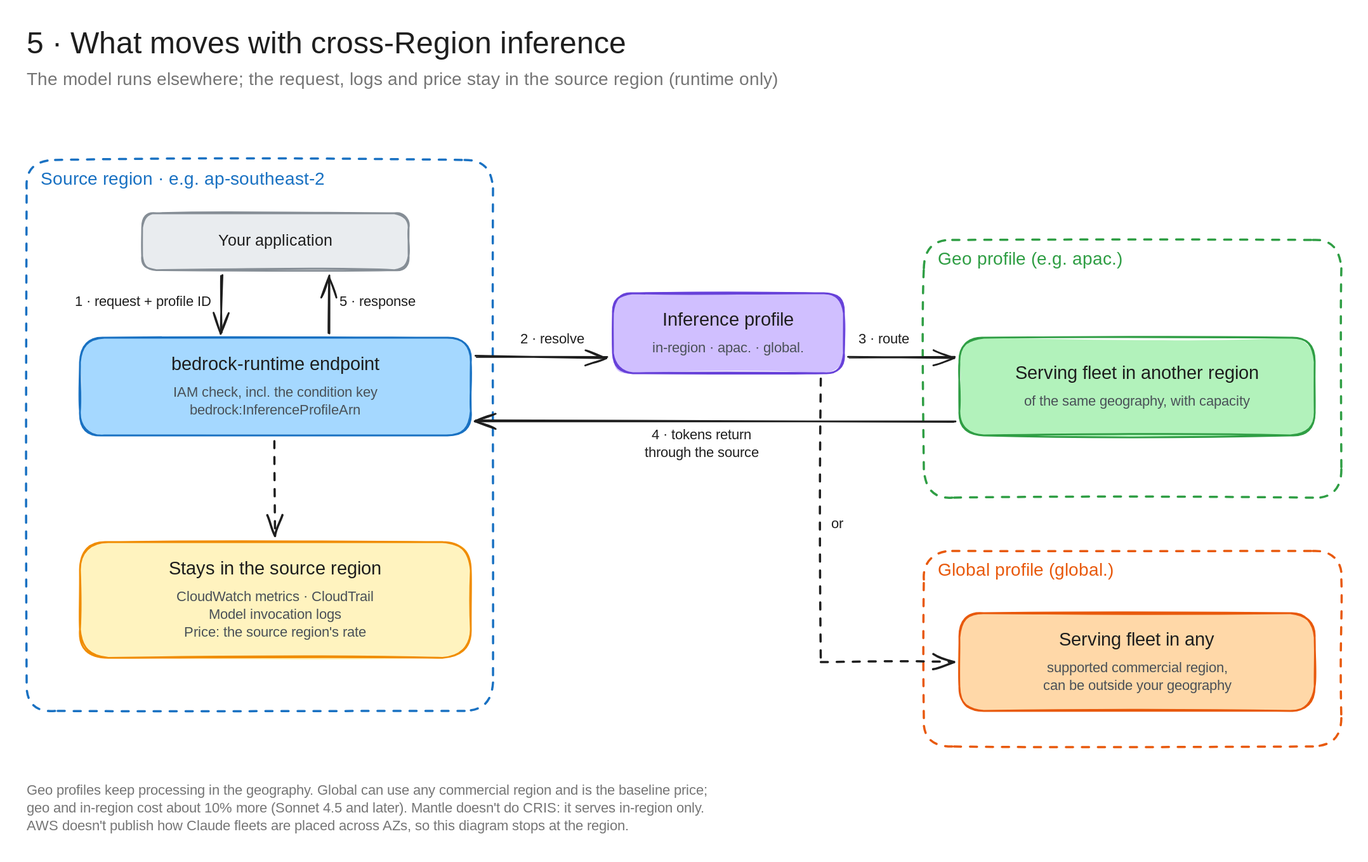
Earlier version of the Excalidraw export architecture-diagrams/claude-on-bedrock-excalidraw/diagrams/5-cris-path.excalidraw.svg (bsnehanshu/slides). Source tidied: one line per element, renumbered; positions are measured from the earlier drawing's top-left corner, leaving out a move shared by most shapes. Its diagram source:
```json
{"id": 0, "type": "text", "text": "5 · What moves with cross-Region inference", "strokeColor": "#1e1e1e", "strokeWidth": 2, "roughness": 1, "fontSize": 34, "fontFamily": 5, "x": 0, "y": 0, "width": 721, "height": 42}
{"id": 1, "type": "text", "text": "The model runs elsewhere; the request, logs and price stay in the source region (runtime only)", "strokeColor": "#757575", "strokeWidth": 2, "roughness": 1, "fontSize": 20, "fontFamily": 5, "x": 0, "y": 48, "width": 918, "height": 25}
{"id": 2, "type": "rectangle", "strokeColor": "#1971c2", "strokeWidth": 2, "strokeStyle": "dashed", "roughness": 1, "round": true, "x": 0, "y": 150, "width": 525, "height": 620}
{"id": 3, "type": "text", "text": "Source region · e.g. ap-southeast-2", "strokeColor": "#1971c2", "strokeWidth": 2, "roughness": 1, "fontSize": 20, "fontFamily": 5, "x": 16, "y": 160, "width": 346, "height": 25}
{"id": 4, "type": "rectangle", "strokeColor": "#868e96", "backgroundColor": "#e9ecef", "fillStyle": "solid", "strokeWidth": 2, "roughness": 1, "round": true, "x": 130, "y": 210, "width": 300, "height": 64}
{"id": 5, "type": "text", "text": "Your application", "strokeColor": "#1e1e1e", "strokeWidth": 2, "roughness": 1, "fontSize": 18, "fontFamily": 5, "textAlign": "center", "verticalAlign": "middle", "inside": 4, "x": 210, "y": 231, "width": 139, "height": 22}
{"id": 6, "type": "rectangle", "strokeColor": "#1971c2", "backgroundColor": "#a5d8ff", "fillStyle": "solid", "strokeWidth": 2, "roughness": 1, "round": true, "x": 60, "y": 350, "width": 440, "height": 110}
{"id": 7, "type": "text", "text": "bedrock-runtime endpoint", "strokeColor": "#1e1e1e", "strokeWidth": 2, "roughness": 1, "fontSize": 21, "fontFamily": 5, "textAlign": "center", "x": 151, "y": 368, "width": 258, "height": 26}
{"id": 8, "type": "text", "text": "IAM check, incl. the condition key\nbedrock:InferenceProfileArn", "strokeColor": "#495057", "strokeWidth": 2, "roughness": 1, "fontSize": 16, "fontFamily": 5, "textAlign": "center", "x": 148, "y": 402, "width": 264, "height": 40}
{"id": 9, "type": "rectangle", "strokeColor": "#f08c00", "backgroundColor": "#fff3bf", "fillStyle": "solid", "strokeWidth": 2, "roughness": 1, "round": true, "x": 60, "y": 580, "width": 440, "height": 130}
{"id": 10, "type": "text", "text": "Stays in the source region", "strokeColor": "#1e1e1e", "strokeWidth": 2, "roughness": 1, "fontSize": 21, "fontFamily": 5, "textAlign": "center", "x": 144, "y": 598, "width": 272, "height": 26}
{"id": 11, "type": "text", "text": "CloudWatch metrics · CloudTrail\nModel invocation logs\nPrice: the source region's rate", "strokeColor": "#495057", "strokeWidth": 2, "roughness": 1, "fontSize": 16, "fontFamily": 5, "textAlign": "center", "x": 157, "y": 632, "width": 246, "height": 60}
{"id": 12, "type": "rectangle", "strokeColor": "#6741d9", "backgroundColor": "#d0bfff", "fillStyle": "solid", "strokeWidth": 2, "roughness": 1, "round": true, "x": 660, "y": 300, "width": 260, "height": 90}
{"id": 13, "type": "text", "text": "Inference profile", "strokeColor": "#1e1e1e", "strokeWidth": 2, "roughness": 1, "fontSize": 21, "fontFamily": 5, "textAlign": "center", "x": 704, "y": 318, "width": 172, "height": 26}
{"id": 14, "type": "text", "text": "in-region · apac. · global.", "strokeColor": "#495057", "strokeWidth": 2, "roughness": 1, "fontSize": 16, "fontFamily": 5, "textAlign": "center", "x": 696, "y": 352, "width": 187, "height": 20}
{"id": 15, "type": "rectangle", "strokeColor": "#2f9e44", "strokeWidth": 2, "strokeStyle": "dashed", "roughness": 1, "round": true, "x": 1010, "y": 240, "width": 470, "height": 290}
{"id": 16, "type": "text", "text": "Geo profile (e.g. apac.)", "strokeColor": "#2f9e44", "strokeWidth": 2, "roughness": 1, "fontSize": 20, "fontFamily": 5, "x": 1026, "y": 250, "width": 225, "height": 25}
{"id": 17, "type": "rectangle", "strokeColor": "#2f9e44", "backgroundColor": "#b2f2bb", "fillStyle": "solid", "strokeWidth": 2, "roughness": 1, "round": true, "x": 1050, "y": 350, "width": 400, "height": 110}
{"id": 18, "type": "text", "text": "Serving fleet in another region", "strokeColor": "#1e1e1e", "strokeWidth": 2, "roughness": 1, "fontSize": 21, "fontFamily": 5, "textAlign": "center", "x": 1094, "y": 378, "width": 313, "height": 26}
{"id": 19, "type": "text", "text": "of the same geography, with capacity", "strokeColor": "#495057", "strokeWidth": 2, "roughness": 1, "fontSize": 16, "fontFamily": 5, "textAlign": "center", "x": 1103, "y": 412, "width": 294, "height": 20}
{"id": 20, "type": "rectangle", "strokeColor": "#e8590c", "strokeWidth": 2, "strokeStyle": "dashed", "roughness": 1, "round": true, "x": 1010, "y": 590, "width": 470, "height": 220}
{"id": 21, "type": "text", "text": "Global profile (global.)", "strokeColor": "#e8590c", "strokeWidth": 2, "roughness": 1, "fontSize": 20, "fontFamily": 5, "x": 1026, "y": 600, "width": 216, "height": 25}
{"id": 22, "type": "rectangle", "strokeColor": "#e8590c", "backgroundColor": "#ffd8a8", "fillStyle": "solid", "strokeWidth": 2, "roughness": 1, "round": true, "x": 1050, "y": 660, "width": 400, "height": 110}
{"id": 23, "type": "text", "text": "Serving fleet in any", "strokeColor": "#1e1e1e", "strokeWidth": 2, "roughness": 1, "fontSize": 21, "fontFamily": 5, "textAlign": "center", "x": 1150, "y": 678, "width": 199, "height": 26}
{"id": 24, "type": "text", "text": "supported commercial region,\ncan be outside your geography", "strokeColor": "#495057", "strokeWidth": 2, "roughness": 1, "fontSize": 16, "fontFamily": 5, "textAlign": "center", "x": 1130, "y": 712, "width": 240, "height": 40}
{"id": 25, "type": "arrow", "strokeColor": "#1e1e1e", "strokeWidth": 2, "roughness": 1, "endArrowhead": "arrow", "round": true, "from": 4, "to": 6, "x": 220, "y": 280, "width": 0, "height": 64, "points": [[0, 0], [0, 64]]}
{"id": 26, "type": "text", "text": "1 · request + profile ID", "strokeColor": "#1e1e1e", "strokeWidth": 2, "roughness": 1, "fontSize": 16, "fontFamily": 5, "textAlign": "right", "x": 26, "y": 300, "width": 182, "height": 20}
{"id": 27, "type": "arrow", "strokeColor": "#1e1e1e", "strokeWidth": 2, "roughness": 1, "endArrowhead": "arrow", "round": true, "from": 6, "to": 4, "x": 340, "y": 344, "width": 0, "height": 64, "points": [[0, 0], [0, -64]]}
{"id": 28, "type": "text", "text": "5 · response", "strokeColor": "#1e1e1e", "strokeWidth": 2, "roughness": 1, "fontSize": 16, "fontFamily": 5, "x": 352, "y": 300, "width": 96, "height": 20}
{"id": 29, "type": "arrow", "strokeColor": "#1e1e1e", "strokeWidth": 2, "roughness": 1, "endArrowhead": "arrow", "round": true, "from": 6, "to": 12, "x": 506, "y": 372, "width": 148, "height": 0, "points": [[0, 0], [148, 0]]}
{"id": 30, "type": "text", "text": "2 · resolve", "strokeColor": "#1e1e1e", "strokeWidth": 2, "roughness": 1, "fontSize": 16, "fontFamily": 5, "textAlign": "center", "x": 550, "y": 342, "width": 83, "height": 20}
{"id": 31, "type": "arrow", "strokeColor": "#1e1e1e", "strokeWidth": 2, "roughness": 1, "endArrowhead": "arrow", "round": true, "from": 12, "to": 17, "x": 926, "y": 372, "width": 118, "height": 0, "points": [[0, 0], [118, 0]]}
{"id": 32, "type": "text", "text": "3 · route", "strokeColor": "#1e1e1e", "strokeWidth": 2, "roughness": 1, "fontSize": 16, "fontFamily": 5, "textAlign": "center", "x": 930, "y": 342, "width": 71, "height": 20}
{"id": 33, "type": "arrow", "strokeColor": "#1e1e1e", "strokeWidth": 2, "roughness": 1, "endArrowhead": "arrow", "round": true, "from": 17, "to": 6, "x": 1044, "y": 444, "width": 538, "height": 0, "points": [[0, 0], [-538, 0]]}
{"id": 34, "type": "text", "text": "4 · tokens return\nthrough the source", "strokeColor": "#1e1e1e", "strokeWidth": 2, "roughness": 1, "fontSize": 16, "fontFamily": 5, "textAlign": "center", "x": 684, "y": 450, "width": 153, "height": 40}
{"id": 35, "type": "arrow", "strokeColor": "#1e1e1e", "strokeWidth": 2, "strokeStyle": "dashed", "roughness": 1, "endArrowhead": "arrow", "from": 12, "to": 22, "x": 894, "y": 396, "width": 150, "height": 319, "points": [[0, 0], [0, 319], [150, 319]]}
{"id": 36, "type": "text", "text": "or", "strokeColor": "#1e1e1e", "strokeWidth": 2, "roughness": 1, "fontSize": 16, "fontFamily": 5, "x": 906, "y": 550, "width": 19, "height": 20}
{"id": 37, "type": "arrow", "strokeColor": "#1e1e1e", "strokeWidth": 2, "strokeStyle": "dashed", "roughness": 1, "endArrowhead": "arrow", "round": true, "from": 6, "to": 9, "x": 280, "y": 466, "width": 0, "height": 108, "points": [[0, 0], [0, 108]]}
{"id": 38, "type": "text", "text": "Geo profiles keep processing in the geography. Global can use any commercial region and is the baseline price;\ngeo and in-region cost about 10% more (Sonnet 4.5 and later). Mantle doesn't do CRIS: it serves in-region only.\nAWS doesn't publish how Claude fleets are placed across AZs, so this diagram stops at the region.", "strokeColor": "#757575", "strokeWidth": 2, "roughness": 1, "fontSize": 16, "fontFamily": 5, "x": 0, "y": 850, "width": 878, "height": 60}
```
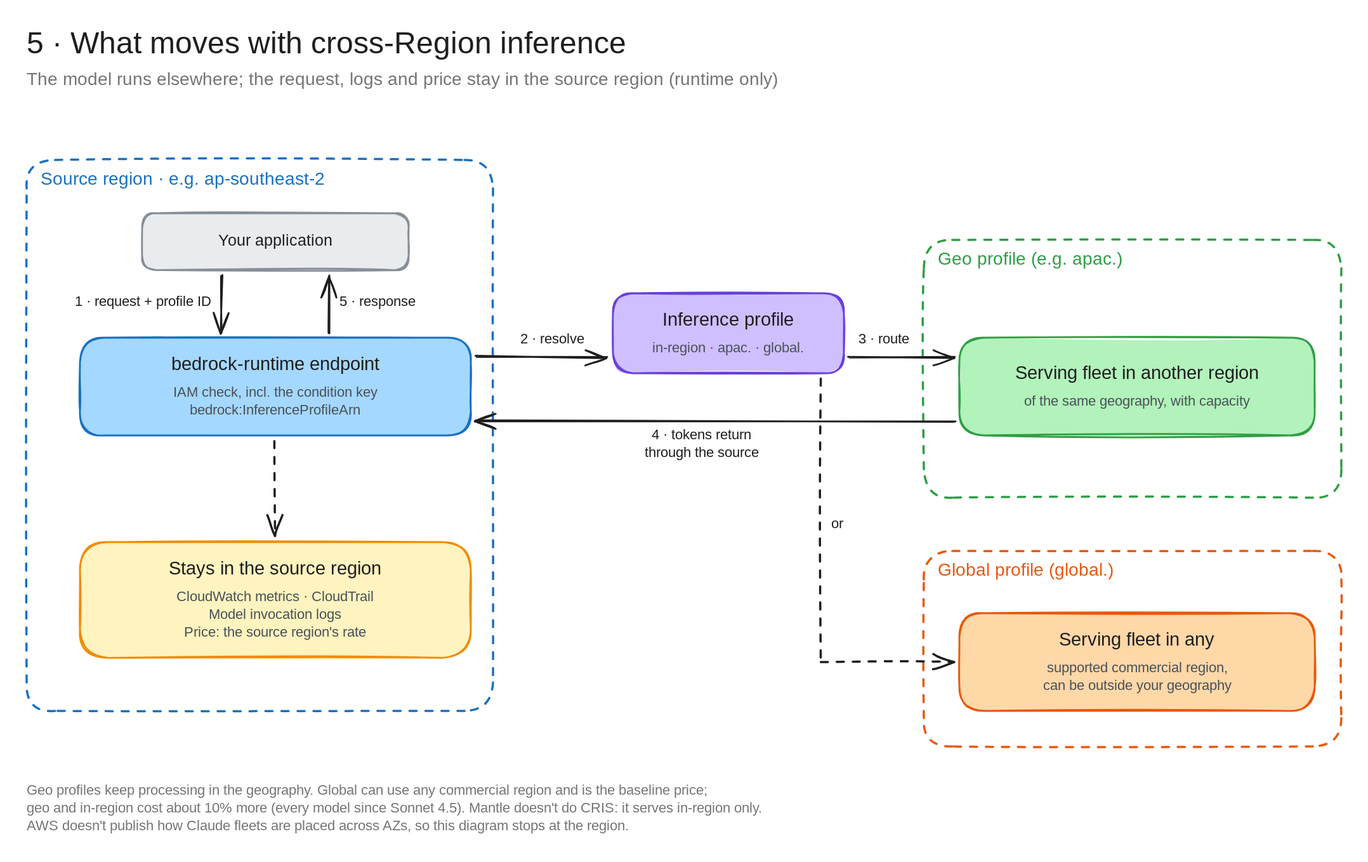
After the commit.

Change to the diagram source:
```diff
@@ -36,4 +36,4 @@
 {"id": 35, "type": "arrow", "strokeColor": "#1e1e1e", "strokeWidth": 2, "strokeStyle": "dashed", "roughness": 1, "endArrowhead": "arrow", "from": 12, "to": 22, "x": 894, "y": 396, "width": 150, "height": 319, "points": [[0, 0], [0, 319], [150, 319]]}
 {"id": 36, "type": "text", "text": "or", "strokeColor": "#1e1e1e", "strokeWidth": 2, "roughness": 1, "fontSize": 16, "fontFamily": 5, "x": 906, "y": 550, "width": 19, "height": 20}
 {"id": 37, "type": "arrow", "strokeColor": "#1e1e1e", "strokeWidth": 2, "strokeStyle": "dashed", "roughness": 1, "endArrowhead": "arrow", "round": true, "from": 6, "to": 9, "x": 280, "y": 466, "width": 0, "height": 108, "points": [[0, 0], [0, 108]]}
-{"id": 38, "type": "text", "text": "Geo profiles keep processing in the geography. Global can use any commercial region and is the baseline price;\ngeo and in-region cost about 10% more (Sonnet 4.5 and later). Mantle doesn't do CRIS: it serves in-region only.\nAWS doesn't publish how Claude fleets are placed across AZs, so this diagram stops at the region.", "strokeColor": "#757575", "strokeWidth": 2, "roughness": 1, "fontSize": 16, "fontFamily": 5, "x": 0, "y": 850, "width": 878, "height": 60}
+{"id": 38, "type": "text", "text": "Geo profiles keep processing in the geography. Global can use any commercial region and is the baseline price;\ngeo and in-region cost about 10% more (every model since Sonnet 4.5). Mantle doesn't do CRIS: it serves in-region only.\nAWS doesn't publish how Claude fleets are placed across AZs, so this diagram stops at the region.", "strokeColor": "#757575", "strokeWidth": 2, "roughness": 1, "fontSize": 16, "fontFamily": 5, "x": 0, "y": 850, "width": 940, "height": 60}
```
